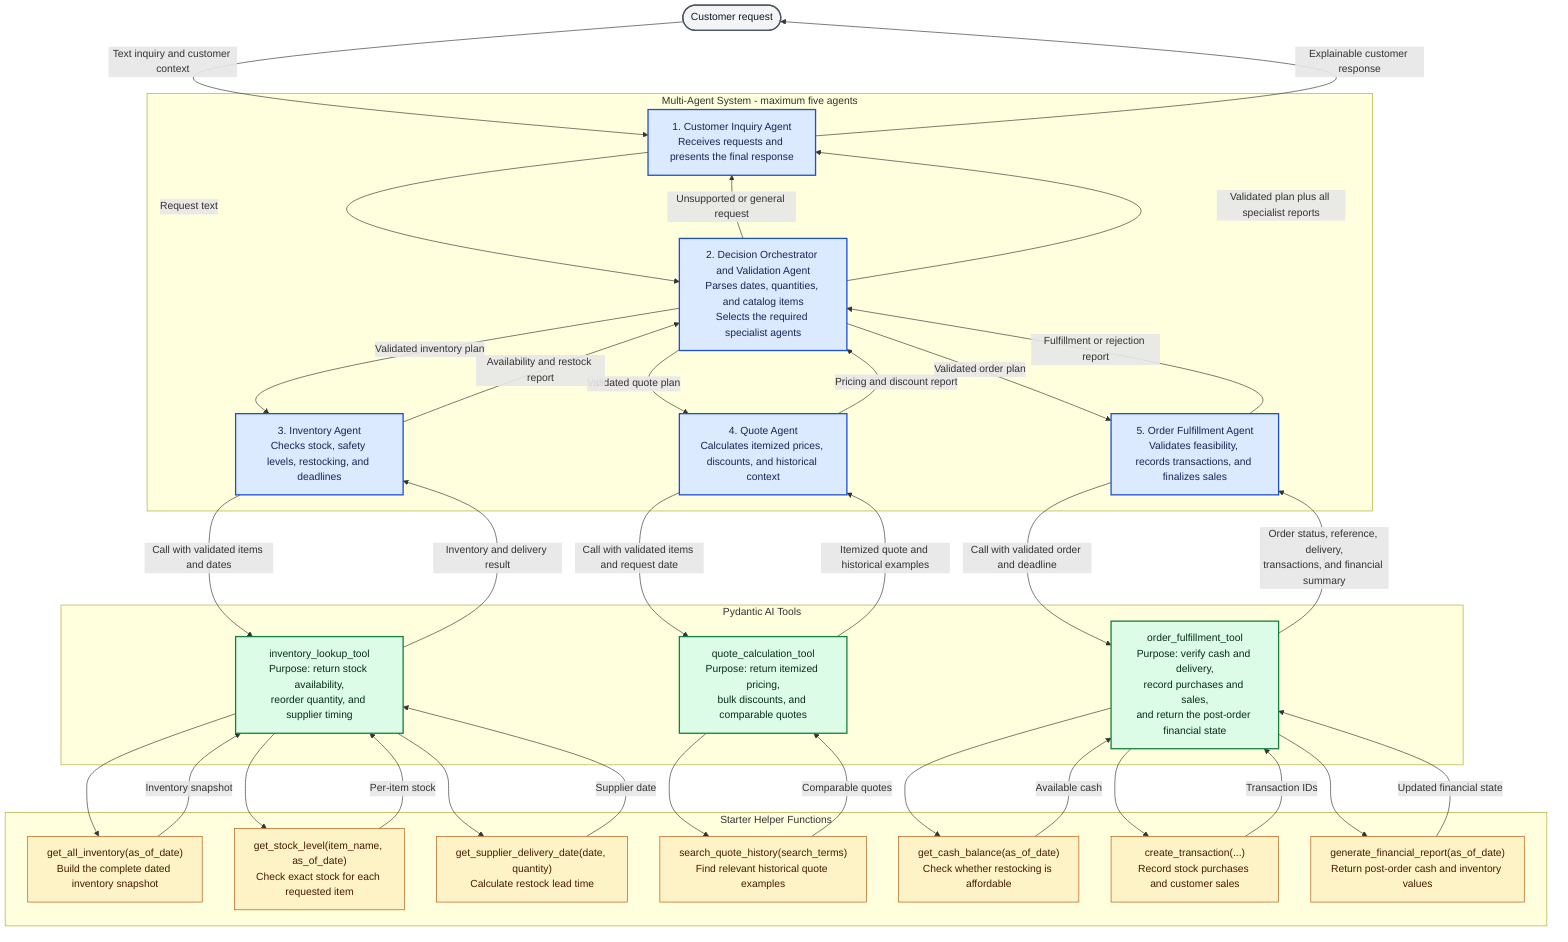
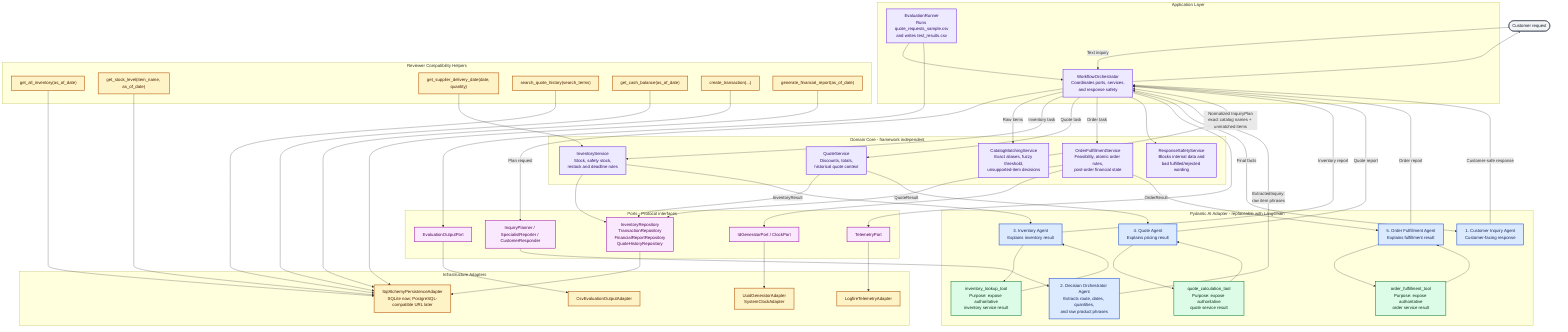
flowchart TD
    CUSTOMER([Customer request])

-     subgraph AGENTS["Multi-Agent System - maximum five agents"]
-         CA["1. Customer Inquiry Agent<br/>Receives requests and presents the final response"]
-         OA["2. Decision Orchestrator and Validation Agent<br/>Parses dates, quantities, and catalog items<br/>Selects the required specialist agents"]
-         IA["3. Inventory Agent<br/>Checks stock, safety levels, restocking, and deadlines"]
-         QA["4. Quote Agent<br/>Calculates itemized prices, discounts, and historical context"]
-         SA["5. Order Fulfillment Agent<br/>Validates feasibility, records transactions, and finalizes sales"]
+     subgraph AIADAPTER["Pydantic AI Adapter - replaceable with LangChain"]
+         CA["1. Customer Inquiry Agent<br/>Customer-facing response"]
+         OA["2. Decision Orchestrator Agent<br/>Extracts route, dates, quantities,<br/>and raw product phrases"]
+         IA["3. Inventory Agent<br/>Explains inventory result"]
+         QA["4. Quote Agent<br/>Explains pricing result"]
+         SA["5. Order Fulfillment Agent<br/>Explains fulfillment result"]
+ 
+         IT["inventory_lookup_tool<br/>Purpose: expose authoritative<br/>inventory service result"]
+         QT["quote_calculation_tool<br/>Purpose: expose authoritative<br/>quote service result"]
+         OT["order_fulfillment_tool<br/>Purpose: expose authoritative<br/>order service result"]
    end

-     subgraph TOOLS["Pydantic AI Tools"]
-         IT["inventory_lookup_tool<br/>Purpose: return stock availability,<br/>reorder quantity, and supplier timing"]
-         QT["quote_calculation_tool<br/>Purpose: return itemized pricing,<br/>bulk discounts, and comparable quotes"]
-         OT["order_fulfillment_tool<br/>Purpose: verify cash and delivery,<br/>record purchases and sales,<br/>and return the post-order financial state"]
+     subgraph APP["Application Layer"]
+         WF["WorkflowOrchestrator<br/>Coordinates ports, services,<br/>and response safety"]
+         ER["EvaluationRunner<br/>Runs quote_requests_sample.csv<br/>and writes test_results.csv"]
    end

-     subgraph HELPERS["Starter Helper Functions"]
-         H1["get_all_inventory(as_of_date)<br/>Build the complete dated inventory snapshot"]
-         H2["get_stock_level(item_name, as_of_date)<br/>Check exact stock for each requested item"]
-         H3["get_supplier_delivery_date(date, quantity)<br/>Calculate restock lead time"]
-         H4["search_quote_history(search_terms)<br/>Find relevant historical quote examples"]
-         H5["get_cash_balance(as_of_date)<br/>Check whether restocking is affordable"]
-         H6["create_transaction(...)<br/>Record stock purchases and customer sales"]
-         H7["generate_financial_report(as_of_date)<br/>Return post-order cash and inventory values"]
+     subgraph DOMAIN["Domain Core - framework independent"]
+         CM["CatalogMatchingService<br/>Exact aliases, fuzzy threshold,<br/>unsupported-item decisions"]
+         INV["InventoryService<br/>Stock, safety stock,<br/>restock and deadline rules"]
+         QUO["QuoteService<br/>Discounts, totals,<br/>historical quote context"]
+         ORD["OrderFulfillmentService<br/>Feasibility, atomic order rules,<br/>post-order financial state"]
+         SAFE["ResponseSafetyService<br/>Blocks internal data and<br/>bad fulfilled/rejected wording"]
    end

-     CUSTOMER -->|"Text inquiry and customer context"| CA
-     CA -->|"Request text"| OA
+     subgraph PORTS["Ports - Protocol interfaces"]
+         AIP["InquiryPlanner / SpecialistReporter / CustomerResponder"]
+         RP["InventoryRepository<br/>TransactionRepository<br/>FinancialReportRepository<br/>QuoteHistoryRepository"]
+         TP["TelemetryPort"]
+         OP["EvaluationOutputPort"]
+         IP["IdGeneratorPort / ClockPort"]
+     end

-     OA -->|"Validated inventory plan"| IA
-     OA -->|"Validated quote plan"| QA
-     OA -->|"Validated order plan"| SA
-     OA -->|"Unsupported or general request"| CA
+     subgraph INFRA["Infrastructure Adapters"]
+         SQL["SqlAlchemyPersistenceAdapter<br/>SQLite now; PostgreSQL-compatible URL later"]
+         LOG["LogfireTelemetryAdapter"]
+         CSV["CsvEvaluationOutputAdapter"]
+         IDS["UuidGeneratorAdapter<br/>SystemClockAdapter"]
+     end

-     IA -->|"Call with validated items and dates"| IT
-     IT -->|"Inventory and delivery result"| IA
-     IA -->|"Availability and restock report"| OA
+     subgraph HELPERS["Reviewer Compatibility Helpers"]
+         H1["get_all_inventory(as_of_date)"]
+         H2["get_stock_level(item_name, as_of_date)"]
+         H3["get_supplier_delivery_date(date, quantity)"]
+         H4["search_quote_history(search_terms)"]
+         H5["get_cash_balance(as_of_date)"]
+         H6["create_transaction(...)"]
+         H7["generate_financial_report(as_of_date)"]
+     end

-     QA -->|"Call with validated items and request date"| QT
-     QT -->|"Itemized quote and historical examples"| QA
-     QA -->|"Pricing and discount report"| OA
+     CUSTOMER -->|"Text inquiry"| WF
+     WF -->|"Plan request"| AIP
+     AIP --> OA
+     OA -->|"ExtractedInquiry:<br/>raw item phrases"| WF
+     WF -->|"Raw items"| CM
+     CM -->|"Normalized InquiryPlan<br/>exact catalog names + unmatched items"| WF

-     SA -->|"Call with validated order and deadline"| OT
-     OT -->|"Order status, reference, delivery,<br/>transactions, and financial summary"| SA
-     SA -->|"Fulfillment or rejection report"| OA
+     WF -->|"Inventory task"| INV
+     INV --> RP
+     RP --> SQL
+     INV -->|"InventoryResult"| IA
+     IA --> IT
+     IT --> IA
+     IA -->|"Inventory report"| WF

-     IT --> H1
-     IT --> H2
-     IT --> H3
-     H1 -->|"Inventory snapshot"| IT
-     H2 -->|"Per-item stock"| IT
-     H3 -->|"Supplier date"| IT
+     WF -->|"Quote task"| QUO
+     QUO --> RP
+     QUO -->|"QuoteResult"| QA
+     QA --> QT
+     QT --> QA
+     QA -->|"Quote report"| WF

-     QT --> H4
-     H4 -->|"Comparable quotes"| QT
+     WF -->|"Order task"| ORD
+     ORD --> RP
+     ORD --> IP
+     ORD -->|"OrderResult"| SA
+     SA --> OT
+     OT --> SA
+     SA -->|"Order report"| WF

-     OT --> H5
-     OT --> H6
-     OT --> H7
-     H5 -->|"Available cash"| OT
-     H6 -->|"Transaction IDs"| OT
-     H7 -->|"Updated financial state"| OT
+     WF --> SAFE
+     WF --> TP
+     WF -->|"Final facts"| CA
+     CA -->|"Customer-safe response"| WF
+     WF --> CUSTOMER

-     OA -->|"Validated plan plus all specialist reports"| CA
-     CA -->|"Explainable customer response"| CUSTOMER
+     ER --> WF
+     ER --> OP
+     OP --> CSV
+     TP --> LOG
+     IP --> IDS
+ 
+     H1 --> SQL
+     H2 --> SQL
+     H3 --> INV
+     H4 --> SQL
+     H5 --> SQL
+     H6 --> SQL
+     H7 --> SQL

    classDef agent fill:#dbeafe,stroke:#1d4ed8,stroke-width:2px,color:#172554;
    classDef tool fill:#dcfce7,stroke:#15803d,stroke-width:2px,color:#052e16;
-     classDef helper fill:#fef3c7,stroke:#b45309,stroke-width:1px,color:#451a03;
+     classDef domain fill:#ede9fe,stroke:#7c3aed,stroke-width:2px,color:#2e1065;
+     classDef port fill:#fae8ff,stroke:#a21caf,stroke-width:2px,color:#4a044e;
+     classDef adapter fill:#fef3c7,stroke:#b45309,stroke-width:2px,color:#451a03;
    classDef external fill:#f3f4f6,stroke:#4b5563,stroke-width:2px,color:#111827;

    class CA,OA,IA,QA,SA agent;
    class IT,QT,OT tool;
-     class H1,H2,H3,H4,H5,H6,H7 helper;
+     class CM,INV,QUO,ORD,SAFE,WF,ER domain;
+     class AIP,RP,TP,OP,IP port;
+     class SQL,LOG,CSV,IDS,H1,H2,H3,H4,H5,H6,H7 adapter;
    class CUSTOMER external;
